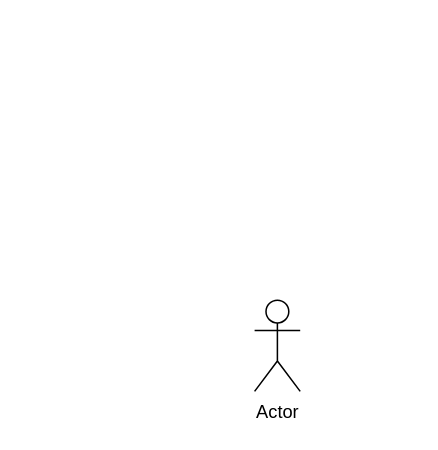
The draw.io diagram P-Party Child/Use Case Party Child.drawio in JalzDeLezZ/Draw-io, before the edit. Source tidied: cells renumbered, new cells numbered last; positions are measured from the earlier drawing's top-left corner, leaving out a move shared by most shapes. Both pictures are drawn from the tidied source at 152%, with x=0, y=0 at pixel (254, 299).
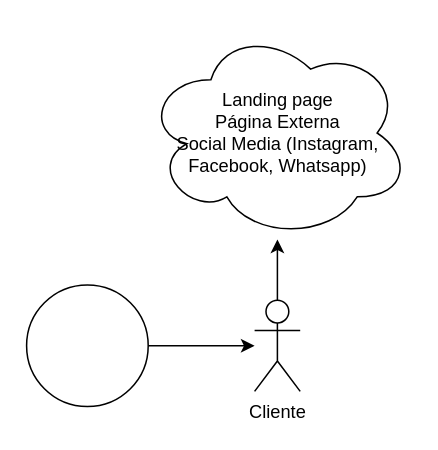
Above is the later version.

Change to the diagram source:
```diff
@@
 <mxGraphModel>
   <root>
     <mxCell id="0" />
     <mxCell id="1" parent="0" />
+    <mxCell id="3" style="edgeStyle=orthogonalEdgeStyle;rounded=0;jettySize=auto;html=1;" parent="1" edge="1" source="2" target="6">
+      <mxGeometry relative="1" as="geometry" />
+    </mxCell>
-    <mxCell id="2" value="Actor" style="shape=umlActor;verticalLabelPosition=bottom;verticalAlign=top;html=1;outlineConnect=0;" parent="1" vertex="1">
+    <mxCell id="2" value="Cliente" style="shape=umlActor;verticalLabelPosition=bottom;verticalAlign=top;html=1;outlineConnect=0;" parent="1" vertex="1">
       <mxGeometry width="30" height="60" as="geometry" />
     </mxCell>
+    <mxCell id="4" style="edgeStyle=orthogonalEdgeStyle;rounded=0;jettySize=auto;html=1;" parent="1" edge="1" source="5" target="2">
+      <mxGeometry relative="1" as="geometry" />
+    </mxCell>
+    <mxCell id="5" style="ellipse;whiteSpace=wrap;html=1;" parent="1" vertex="1">
+      <mxGeometry x="-150" y="-10" width="80" height="80" as="geometry" />
+    </mxCell>
+    <mxCell id="6" value="Landing page&lt;br&gt;Página Externa&lt;br&gt;Social Media (Instagram, Facebook, Whatsapp)" style="ellipse;shape=cloud;whiteSpace=wrap;html=1;" parent="1" vertex="1">
+      <mxGeometry x="-72.5" y="-180" width="175" height="140" as="geometry" />
+    </mxCell>
   </root>
 </mxGraphModel>
```
